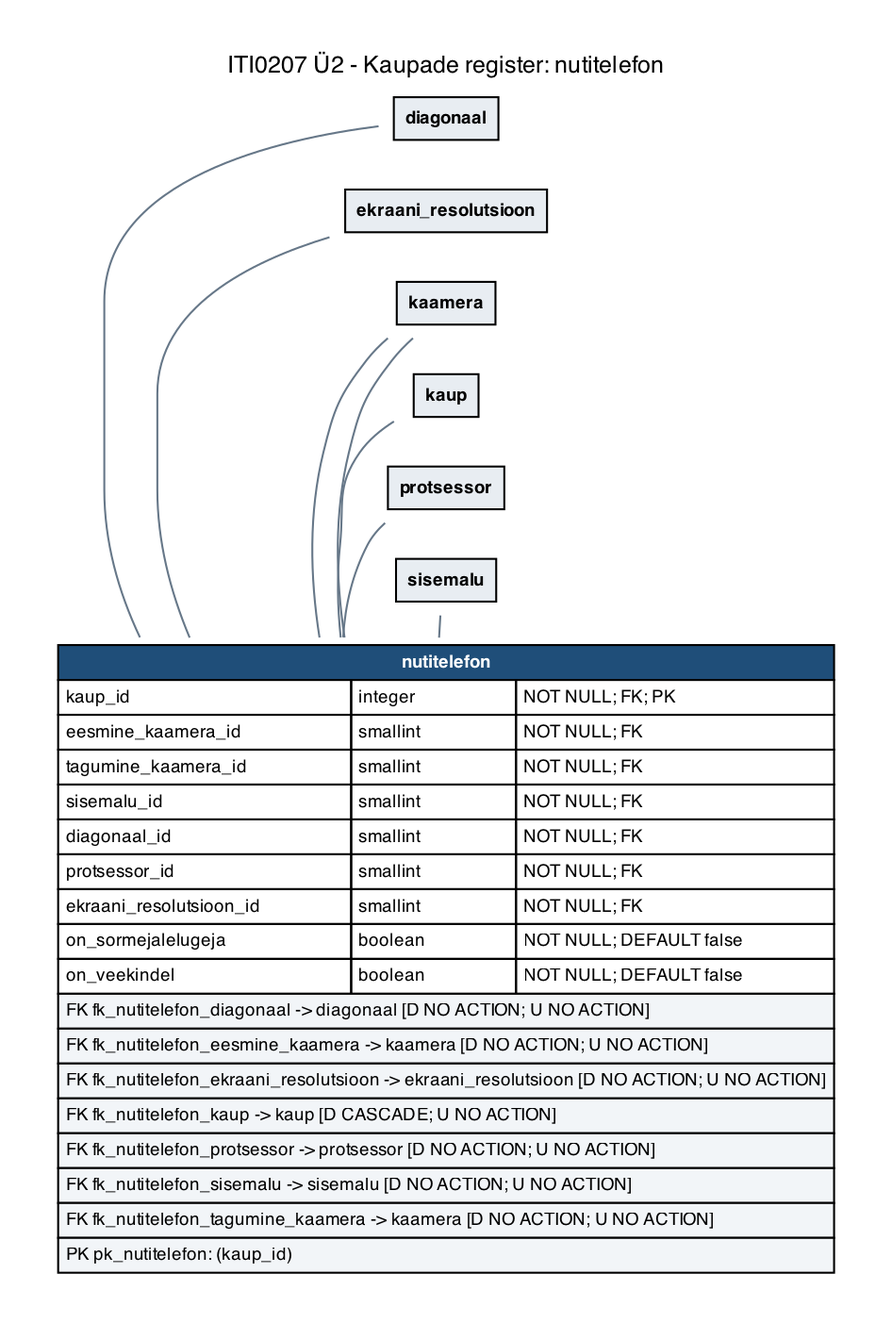
Before: iti0207-epood/docs/diagrams/u2-05b-nutitelefon.png, a diagram exported from Graphviz (tamkivi/andmebaasid-projekt). Its source is kept beside it as iti0207-epood/docs/diagrams/u2-05b-nutitelefon.dot.
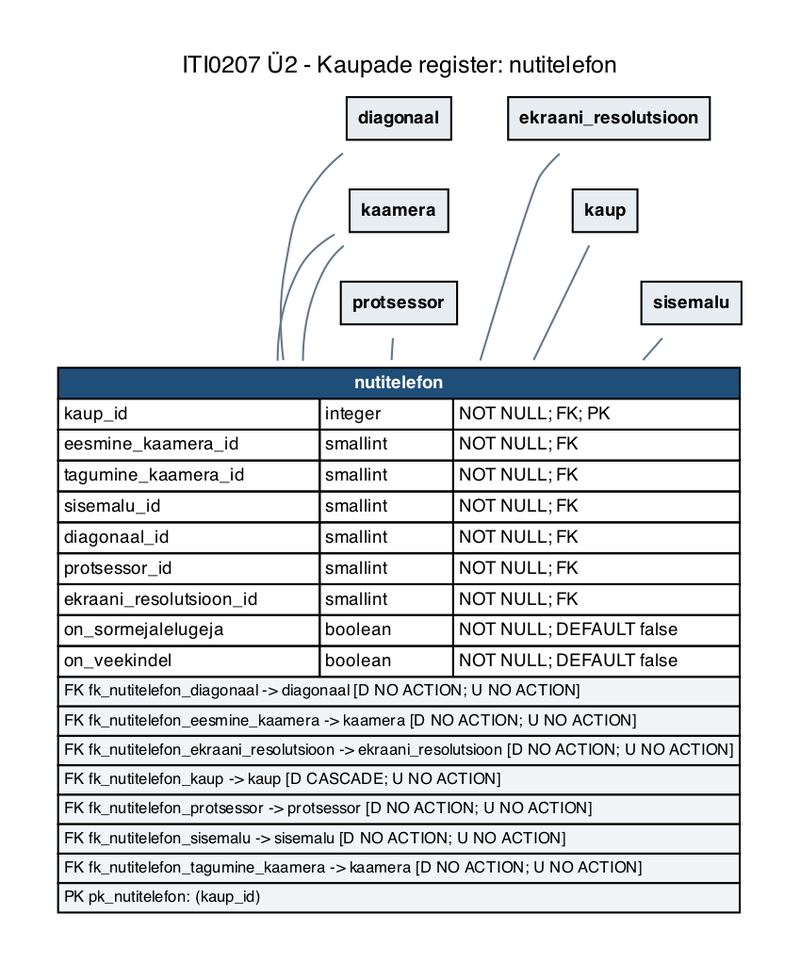
Above is the later version.

Change to the diagram source:
```diff
@@ -5,7 +5,7 @@
   edge [color="#667788", dir=none, fontsize=8, fontname=Helvetica];
   labelloc="t";
   label="ITI0207 Ü2 - Kaupade register: nutitelefon";
-  "nutitelefon" [label=<<TABLE BORDER="0" CELLBORDER="1" CELLSPACING="0" CELLPADDING="3"><TR><TD COLSPAN="3" BGCOLOR="#1f4e79"><FONT COLOR="white"><B>nutitelefon</B></FONT></TD></TR><TR><TD ALIGN="LEFT">kaup_id</TD><TD ALIGN="LEFT">integer</TD><TD ALIGN="LEFT">NOT NULL; FK; PK</TD></TR><TR><TD ALIGN="LEFT">eesmine_kaamera_id</TD><TD ALIGN="LEFT">smallint</TD><TD ALIGN="LEFT">NOT NULL; FK</TD></TR><TR><TD ALIGN="LEFT">tagumine_kaamera_id</TD><TD ALIGN="LEFT">smallint</TD><TD ALIGN="LEFT">NOT NULL; FK</TD></TR><TR><TD ALIGN="LEFT">sisemalu_id</TD><TD ALIGN="LEFT">smallint</TD><TD ALIGN="LEFT">NOT NULL; FK</TD></TR><TR><TD ALIGN="LEFT">diagonaal_id</TD><TD ALIGN="LEFT">smallint</TD><TD ALIGN="LEFT">NOT NULL; FK</TD></TR><TR><TD ALIGN="LEFT">protsessor_id</TD><TD ALIGN="LEFT">smallint</TD><TD ALIGN="LEFT">NOT NULL; FK</TD></TR><TR><TD ALIGN="LEFT">ekraani_resolutsioon_id</TD><TD ALIGN="LEFT">smallint</TD><TD ALIGN="LEFT">NOT NULL; FK</TD></TR><TR><TD ALIGN="LEFT">on_sormejalelugeja</TD><TD ALIGN="LEFT">boolean</TD><TD ALIGN="LEFT">NOT NULL; DEFAULT false</TD></TR><TR><TD ALIGN="LEFT">on_veekindel</TD><TD ALIGN="LEFT">boolean</TD><TD ALIGN="LEFT">NOT NULL; DEFAULT false</TD></TR><TR><TD COLSPAN="3" ALIGN="LEFT" BGCOLOR="#f2f5f8"><FONT POINT-SIZE="9">FK fk_nutitelefon_diagonaal -&gt; diagonaal [D NO ACTION; U NO ACTION]</FONT></TD></TR><TR><TD COLSPAN="3" ALIGN="LEFT" BGCOLOR="#f2f5f8"><FONT POINT-SIZE="9">FK fk_nutitelefon_eesmine_kaamera -&gt; kaamera [D NO ACTION; U NO ACTION]</FONT></TD></TR><TR><TD COLSPAN="3" ALIGN="LEFT" BGCOLOR="#f2f5f8"><FONT POINT-SIZE="9">FK fk_nutitelefon_ekraani_resolutsioon -&gt; ekraani_resolutsioon [D NO ACTION; U NO ACTION]</FONT></TD></TR><TR><TD COLSPAN="3" ALIGN="LEFT" BGCOLOR="#f2f5f8"><FONT POINT-SIZE="9">FK fk_nutitelefon_kaup -&gt; kaup [D CASCADE; U NO ACTION]</FONT></TD></TR><TR><TD COLSPAN="3" ALIGN="LEFT" BGCOLOR="#f2f5f8"><FONT POINT-SIZE="9">FK fk_nutitelefon_protsessor -&gt; protsessor [D NO ACTION; U NO ACTION]</FONT></TD></TR><TR><TD COLSPAN="3" ALIGN="LEFT" BGCOLOR="#f2f5f8"><FONT POINT-SIZE="9">FK fk_nutitelefon_sisemalu -&gt; sisemalu [D NO ACTION; U NO ACTION]</FONT></TD></TR><TR><TD COLSPAN="3" ALIGN="LEFT" BGCOLOR="#f2f5f8"><FONT POINT-SIZE="9">FK fk_nutitelefon_tagumine_kaamera -&gt; kaamera [D NO ACTION; U NO ACTION]</FONT></TD></TR><TR><TD COLSPAN="3" ALIGN="LEFT" BGCOLOR="#f2f5f8"><FONT POINT-SIZE="9">PK pk_nutitelefon: (kaup_id)</FONT></TD></TR></TABLE>>];
+  "nutitelefon" [label=<<TABLE BORDER="0" CELLBORDER="1" CELLSPACING="0" CELLPADDING="2"><TR><TD COLSPAN="3" BGCOLOR="#1f4e79"><FONT COLOR="white"><B>nutitelefon</B></FONT></TD></TR><TR><TD ALIGN="LEFT">kaup_id</TD><TD ALIGN="LEFT">integer</TD><TD ALIGN="LEFT">NOT NULL; FK; PK</TD></TR><TR><TD ALIGN="LEFT">eesmine_kaamera_id</TD><TD ALIGN="LEFT">smallint</TD><TD ALIGN="LEFT">NOT NULL; FK</TD></TR><TR><TD ALIGN="LEFT">tagumine_kaamera_id</TD><TD ALIGN="LEFT">smallint</TD><TD ALIGN="LEFT">NOT NULL; FK</TD></TR><TR><TD ALIGN="LEFT">sisemalu_id</TD><TD ALIGN="LEFT">smallint</TD><TD ALIGN="LEFT">NOT NULL; FK</TD></TR><TR><TD ALIGN="LEFT">diagonaal_id</TD><TD ALIGN="LEFT">smallint</TD><TD ALIGN="LEFT">NOT NULL; FK</TD></TR><TR><TD ALIGN="LEFT">protsessor_id</TD><TD ALIGN="LEFT">smallint</TD><TD ALIGN="LEFT">NOT NULL; FK</TD></TR><TR><TD ALIGN="LEFT">ekraani_resolutsioon_id</TD><TD ALIGN="LEFT">smallint</TD><TD ALIGN="LEFT">NOT NULL; FK</TD></TR><TR><TD ALIGN="LEFT">on_sormejalelugeja</TD><TD ALIGN="LEFT">boolean</TD><TD ALIGN="LEFT">NOT NULL; DEFAULT false</TD></TR><TR><TD ALIGN="LEFT">on_veekindel</TD><TD ALIGN="LEFT">boolean</TD><TD ALIGN="LEFT">NOT NULL; DEFAULT false</TD></TR><TR><TD COLSPAN="3" ALIGN="LEFT" BGCOLOR="#f2f5f8"><FONT POINT-SIZE="8">FK fk_nutitelefon_diagonaal -&gt; diagonaal [D NO ACTION; U NO ACTION]</FONT></TD></TR><TR><TD COLSPAN="3" ALIGN="LEFT" BGCOLOR="#f2f5f8"><FONT POINT-SIZE="8">FK fk_nutitelefon_eesmine_kaamera -&gt; kaamera [D NO ACTION; U NO ACTION]</FONT></TD></TR><TR><TD COLSPAN="3" ALIGN="LEFT" BGCOLOR="#f2f5f8"><FONT POINT-SIZE="8">FK fk_nutitelefon_ekraani_resolutsioon -&gt; ekraani_resolutsioon [D NO ACTION; U NO ACTION]</FONT></TD></TR><TR><TD COLSPAN="3" ALIGN="LEFT" BGCOLOR="#f2f5f8"><FONT POINT-SIZE="8">FK fk_nutitelefon_kaup -&gt; kaup [D CASCADE; U NO ACTION]</FONT></TD></TR><TR><TD COLSPAN="3" ALIGN="LEFT" BGCOLOR="#f2f5f8"><FONT POINT-SIZE="8">FK fk_nutitelefon_protsessor -&gt; protsessor [D NO ACTION; U NO ACTION]</FONT></TD></TR><TR><TD COLSPAN="3" ALIGN="LEFT" BGCOLOR="#f2f5f8"><FONT POINT-SIZE="8">FK fk_nutitelefon_sisemalu -&gt; sisemalu [D NO ACTION; U NO ACTION]</FONT></TD></TR><TR><TD COLSPAN="3" ALIGN="LEFT" BGCOLOR="#f2f5f8"><FONT POINT-SIZE="8">FK fk_nutitelefon_tagumine_kaamera -&gt; kaamera [D NO ACTION; U NO ACTION]</FONT></TD></TR><TR><TD COLSPAN="3" ALIGN="LEFT" BGCOLOR="#f2f5f8"><FONT POINT-SIZE="8">PK pk_nutitelefon: (kaup_id)</FONT></TD></TR></TABLE>>];
   "diagonaal" [label=<<TABLE BORDER="0" CELLBORDER="1" CELLSPACING="0" CELLPADDING="5"><TR><TD BGCOLOR="#e8edf2"><B>diagonaal</B></TD></TR></TABLE>>];
   "ekraani_resolutsioon" [label=<<TABLE BORDER="0" CELLBORDER="1" CELLSPACING="0" CELLPADDING="5"><TR><TD BGCOLOR="#e8edf2"><B>ekraani_resolutsioon</B></TD></TR></TABLE>>];
   "kaamera" [label=<<TABLE BORDER="0" CELLBORDER="1" CELLSPACING="0" CELLPADDING="5"><TR><TD BGCOLOR="#e8edf2"><B>kaamera</B></TD></TR></TABLE>>];
@@ -19,10 +19,10 @@
   "protsessor" -> "nutitelefon";
   "sisemalu" -> "nutitelefon";
   "kaamera" -> "nutitelefon";
-  "diagonaal" -> "ekraani_resolutsioon" [style=invis, weight=100];
-  "ekraani_resolutsioon" -> "kaamera" [style=invis, weight=100];
-  "kaamera" -> "kaup" [style=invis, weight=100];
-  "kaup" -> "protsessor" [style=invis, weight=100];
-  "protsessor" -> "sisemalu" [style=invis, weight=100];
-  "sisemalu" -> "nutitelefon" [style=invis, weight=100];
+  { rank=same; "diagonaal"; "ekraani_resolutsioon"; }
+  { rank=same; "kaamera"; "kaup"; }
+  { rank=same; "protsessor"; "sisemalu"; }
+  "diagonaal" -> "kaamera" [style=invis, weight=100];
+  "kaamera" -> "protsessor" [style=invis, weight=100];
+  "protsessor" -> "nutitelefon" [style=invis, weight=100];
 }
```
